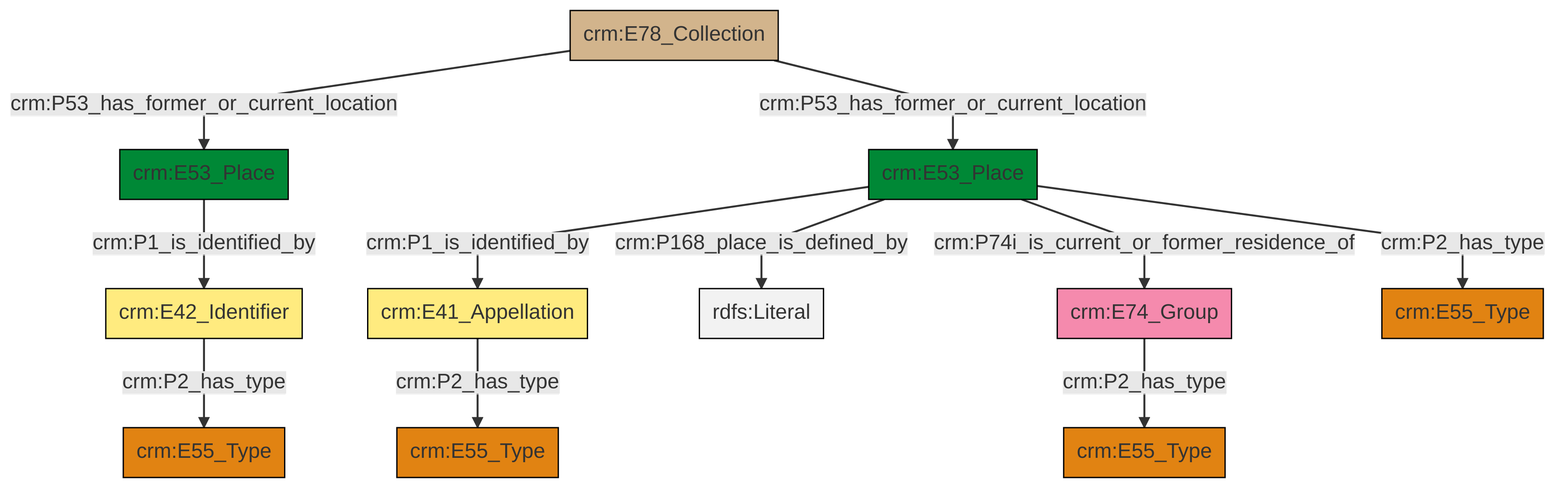
Before: et/archivalCSV/ttl/mmd/png/archival_location.png, a diagram exported from Mermaid (swiss-art-research-net/docs.swissartresearch). Its source is kept beside it as et/archivalCSV/ttl/mmd/archival_location.ttl.mmd.
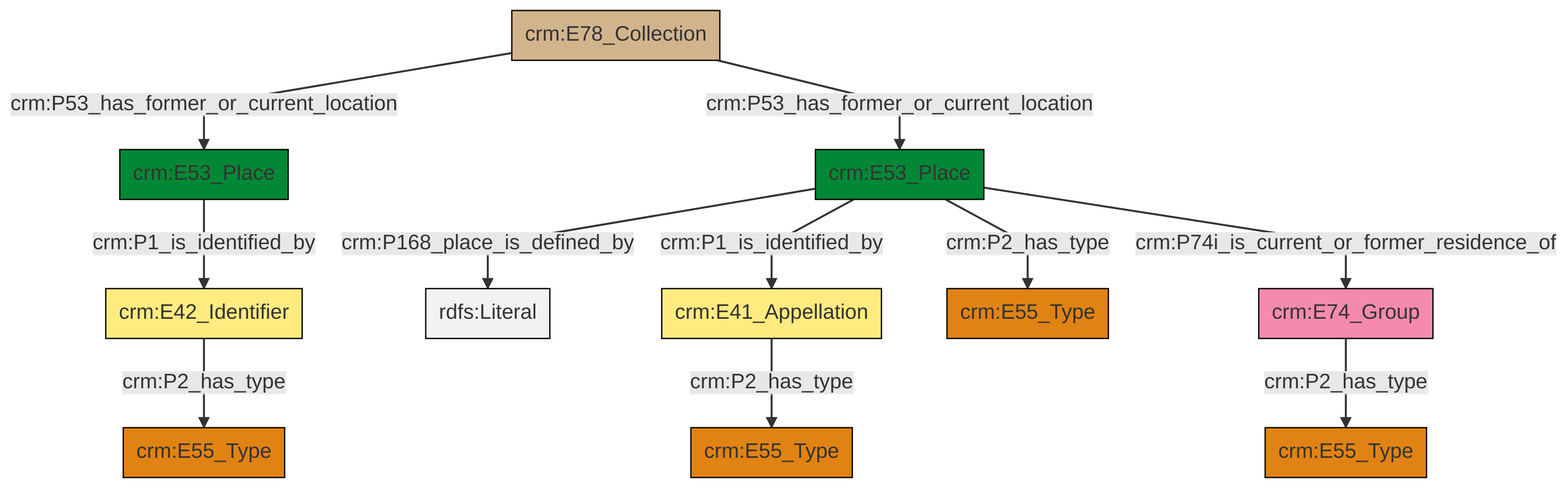
After the change.

The edit, as a diff of the source:
```diff
@@ -13,13 +13,13 @@
 classDef PC_Classes fill:#4ce600, stroke:#000000;
 classDef Multi fill:#cccccc,stroke:#000000;
 
-2["crm:E41_Appellation"]:::Appellation -->|crm:P2_has_type| 3["crm:E55_Type"]:::Type
-0["crm:E74_Group"]:::Actor -->|crm:P2_has_type| 4["crm:E55_Type"]:::Type
-6["crm:E53_Place"]:::Place -->|crm:P168_place_is_defined_by| 7[rdfs:Literal]:::Literal
-6["crm:E53_Place"]:::Place -->|crm:P1_is_identified_by| 2["crm:E41_Appellation"]:::Appellation
-9["crm:E53_Place"]:::Place -->|crm:P1_is_identified_by| 10["crm:E42_Identifier"]:::Appellation
-10["crm:E42_Identifier"]:::Appellation -->|crm:P2_has_type| 11["crm:E55_Type"]:::Type
-13["crm:E78_Collection"]:::Physical_Thing -->|crm:P53_has_former_or_current_location| 9["crm:E53_Place"]:::Place
-6["crm:E53_Place"]:::Place -->|crm:P2_has_type| 15["crm:E55_Type"]:::Type
-13["crm:E78_Collection"]:::Physical_Thing -->|crm:P53_has_former_or_current_location| 6["crm:E53_Place"]:::Place
-6["crm:E53_Place"]:::Place -->|crm:P74i_is_current_or_former_residence_of| 0["crm:E74_Group"]:::Actor
+6["crm:E41_Appellation"]:::Appellation -->|crm:P2_has_type| 0["crm:E55_Type"]:::Type
+7["crm:E53_Place"]:::Place -->|crm:P168_place_is_defined_by| 8[rdfs:Literal]:::Literal
+12["crm:E78_Collection"]:::Physical_Thing -->|crm:P53_has_former_or_current_location| 13["crm:E53_Place"]:::Place
+7["crm:E53_Place"]:::Place -->|crm:P1_is_identified_by| 6["crm:E41_Appellation"]:::Appellation
+12["crm:E78_Collection"]:::Physical_Thing -->|crm:P53_has_former_or_current_location| 7["crm:E53_Place"]:::Place
+7["crm:E53_Place"]:::Place -->|crm:P74i_is_current_or_former_residence_of| 19["crm:E74_Group"]:::Actor
+10["crm:E42_Identifier"]:::Appellation -->|crm:P2_has_type| 4["crm:E55_Type"]:::Type
+13["crm:E53_Place"]:::Place -->|crm:P1_is_identified_by| 10["crm:E42_Identifier"]:::Appellation
+7["crm:E53_Place"]:::Place -->|crm:P2_has_type| 17["crm:E55_Type"]:::Type
+19["crm:E74_Group"]:::Actor -->|crm:P2_has_type| 2["crm:E55_Type"]:::Type
```
